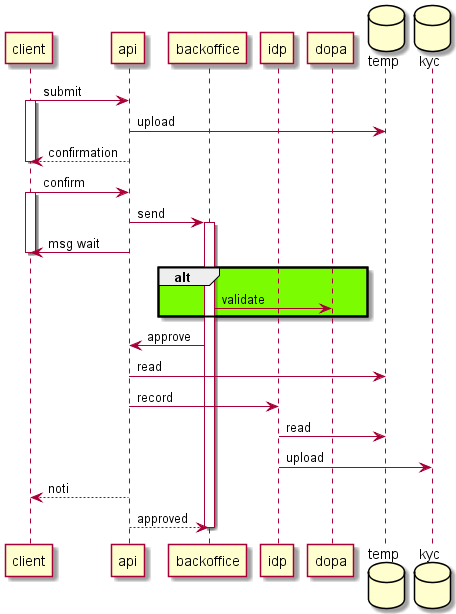
Earlier version of the PlantUML export kyc/out/kyc-sequence/kyc.png (BugLordTO/cart-ideas).
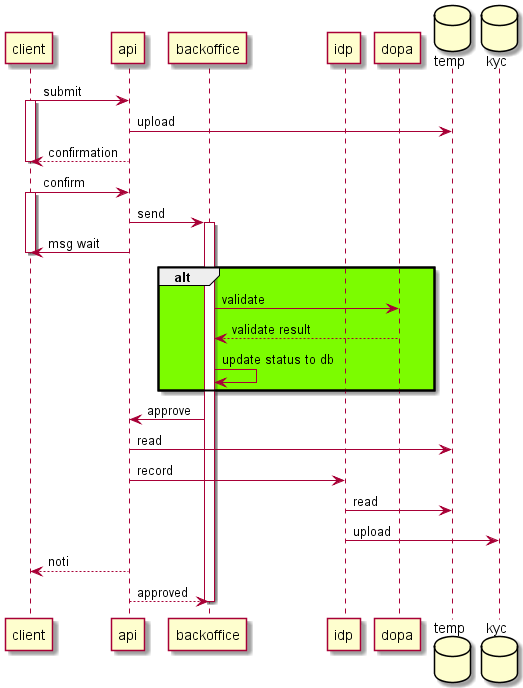
The same file after the commit.

Change to the diagram source:
```diff
@@ -23,6 +23,8 @@
 
 alt #LawnGreen
     backoffice -> dopa : validate
+    backoffice <-- dopa : validate result
+    backoffice -> backoffice : update status to db
 end
 
 api <- backoffice : approve
```
